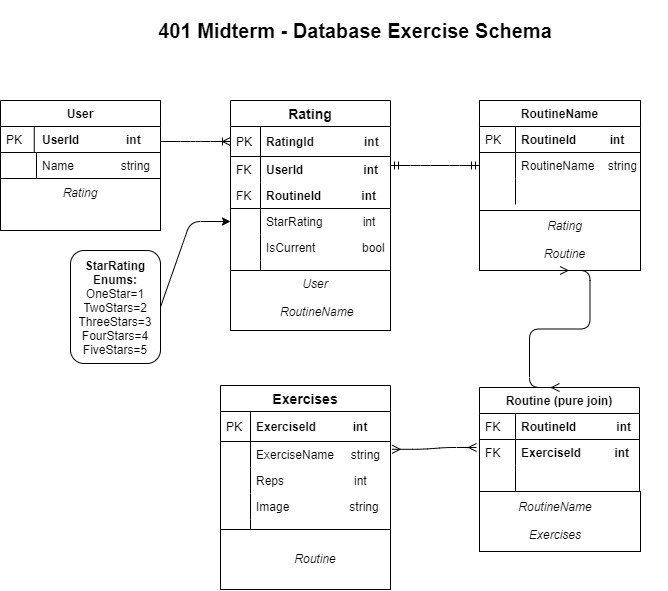
This is assets/HealthAtHomeERD.png from BuzzLightYearDotNet401/API-Team, a draw.io export, as it was before one commit. Source tidied: cells renumbered, new cells last; positions are measured from the earlier drawing's top-left corner, leaving out a move shared by most shapes.
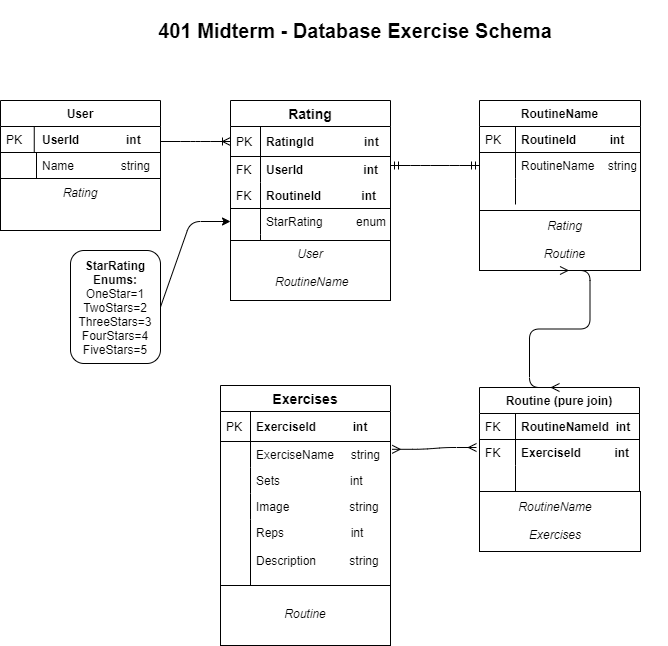
After the commit.

Commit message:
readme done for the models and description of the tables.

Diff of the diagram source:
```diff
@@ -23,7 +23,7 @@
     <mxCell id="8" value="Routine (pure join)" style="swimlane;fontStyle=1;horizontal=1;startSize=26;rounded=0;shadow=0;strokeWidth=1;" parent="1" vertex="1">
       <mxGeometry x="479" y="387" width="160" height="104" as="geometry" />
     </mxCell>
-    <mxCell id="9" value="RoutineId            int" style="shape=partialRectangle;top=0;left=0;right=0;bottom=1;align=left;verticalAlign=top;fillColor=none;spacingLeft=40;spacingRight=4;overflow=hidden;rounded=0;shadow=0;strokeWidth=1;fontStyle=1;" parent="8" vertex="1">
+    <mxCell id="9" value="RoutineNameId  int&#10;" style="shape=partialRectangle;top=0;left=0;right=0;bottom=1;align=left;verticalAlign=top;fillColor=none;spacingLeft=40;spacingRight=4;overflow=hidden;rounded=0;shadow=0;strokeWidth=1;fontStyle=1;" parent="8" vertex="1">
       <mxGeometry y="26" width="160" height="26" as="geometry" />
     </mxCell>
     <mxCell id="10" value="FK" style="shape=partialRectangle;top=0;left=0;bottom=0;fillColor=none;align=left;verticalAlign=top;spacingLeft=4;spacingRight=4;overflow=hidden;" parent="9" vertex="1">
@@ -66,7 +66,7 @@
       <mxGeometry width="36" height="26" as="geometry" />
     </mxCell>
     <mxCell id="23" value="Rating" style="swimlane;fontStyle=1;horizontal=1;startSize=26;align=center;fontSize=14;" parent="1" vertex="1">
-      <mxGeometry x="230" y="100" width="160" height="170" as="geometry" />
+      <mxGeometry x="230" y="100" width="160" height="140" as="geometry" />
     </mxCell>
     <mxCell id="24" value="RatingId               int" style="shape=partialRectangle;top=0;left=0;right=0;bottom=1;align=left;verticalAlign=middle;fillColor=none;spacingLeft=34;spacingRight=4;overflow=hidden;points=[[0,0.5],[1,0.5]];portConstraint=eastwest;fontStyle=1;fontSize=12;" parent="23" vertex="1">
       <mxGeometry y="26" width="160" height="30" as="geometry" />
@@ -86,26 +86,20 @@
     <mxCell id="29" value="FK" style="shape=partialRectangle;top=0;left=0;bottom=0;fillColor=none;align=left;verticalAlign=top;spacingLeft=4;spacingRight=4;overflow=hidden;fontSize=12;" parent="28" vertex="1">
       <mxGeometry width="30" height="26" as="geometry" />
     </mxCell>
-    <mxCell id="30" value="StarRating            int" style="shape=partialRectangle;top=0;left=0;right=0;bottom=0;align=left;verticalAlign=top;fillColor=none;spacingLeft=34;spacingRight=4;overflow=hidden;points=[[0,0.5],[1,0.5]];portConstraint=eastwest;fontSize=12;" parent="23" vertex="1">
+    <mxCell id="30" value="StarRating          enum" style="shape=partialRectangle;top=0;left=0;right=0;bottom=0;align=left;verticalAlign=top;fillColor=none;spacingLeft=34;spacingRight=4;overflow=hidden;points=[[0,0.5],[1,0.5]];portConstraint=eastwest;fontSize=12;" parent="23" vertex="1">
       <mxGeometry y="108" width="160" height="26" as="geometry" />
     </mxCell>
     <mxCell id="31" style="shape=partialRectangle;top=0;left=0;bottom=0;fillColor=none;align=left;verticalAlign=top;spacingLeft=4;spacingRight=4;overflow=hidden;fontSize=12;" parent="30" vertex="1">
       <mxGeometry width="30" height="26" as="geometry" />
     </mxCell>
-    <mxCell id="32" value="IsCurrent              bool&#10;" style="shape=partialRectangle;top=0;left=0;right=0;bottom=0;align=left;verticalAlign=top;fillColor=none;spacingLeft=34;spacingRight=4;overflow=hidden;fontSize=12;" parent="23" vertex="1">
-      <mxGeometry y="134" width="160" height="26" as="geometry" />
+    <mxCell id="32" style="shape=partialRectangle;top=0;left=0;right=0;bottom=0;align=left;verticalAlign=top;fillColor=none;spacingLeft=34;spacingRight=4;overflow=hidden;fontSize=12;" parent="23" vertex="1">
+      <mxGeometry y="134" width="160" height="6" as="geometry" />
     </mxCell>
     <mxCell id="33" style="shape=partialRectangle;top=0;left=0;bottom=0;fillColor=none;align=left;verticalAlign=top;spacingLeft=4;spacingRight=4;overflow=hidden;fontSize=12;" parent="32" vertex="1">
-      <mxGeometry width="30" height="26" as="geometry" />
+      <mxGeometry width="30" height="6" as="geometry" />
     </mxCell>
-    <mxCell id="34" style="shape=partialRectangle;top=0;left=0;right=0;bottom=0;align=left;verticalAlign=top;fillColor=none;spacingLeft=34;spacingRight=4;overflow=hidden;fontSize=12;" parent="23" vertex="1">
-      <mxGeometry y="160" width="160" height="10" as="geometry" />
-    </mxCell>
-    <mxCell id="35" style="shape=partialRectangle;top=0;left=0;bottom=0;fillColor=none;align=left;verticalAlign=top;spacingLeft=4;spacingRight=4;overflow=hidden;fontSize=12;" parent="34" vertex="1">
-      <mxGeometry width="30" height="10" as="geometry" />
-    </mxCell>
     <mxCell id="36" value="Exercises" style="swimlane;fontStyle=1;horizontal=1;startSize=26;align=center;fontSize=14;" parent="1" vertex="1">
-      <mxGeometry x="220" y="385" width="170" height="144" as="geometry" />
+      <mxGeometry x="220" y="385" width="170" height="200" as="geometry" />
     </mxCell>
     <mxCell id="37" value="ExerciseId           int" style="shape=partialRectangle;top=0;left=0;right=0;bottom=1;align=left;verticalAlign=middle;fillColor=none;spacingLeft=34;spacingRight=4;overflow=hidden;fontStyle=1;fontSize=12;" parent="36" vertex="1">
       <mxGeometry y="26" width="170" height="30" as="geometry" />
@@ -119,7 +113,7 @@
     <mxCell id="40" style="shape=partialRectangle;top=0;left=0;bottom=0;fillColor=none;align=left;verticalAlign=top;spacingLeft=4;spacingRight=4;overflow=hidden;fontSize=12;" parent="39" vertex="1">
       <mxGeometry width="30" height="26" as="geometry" />
     </mxCell>
-    <mxCell id="41" value="Reps                     int" style="shape=partialRectangle;top=0;left=0;right=0;bottom=0;align=left;verticalAlign=top;fillColor=none;spacingLeft=34;spacingRight=4;overflow=hidden;fontSize=12;" parent="36" vertex="1">
+    <mxCell id="41" value="Sets                     int&#10;" style="shape=partialRectangle;top=0;left=0;right=0;bottom=0;align=left;verticalAlign=top;fillColor=none;spacingLeft=34;spacingRight=4;overflow=hidden;fontSize=12;" parent="36" vertex="1">
       <mxGeometry y="82" width="170" height="26" as="geometry" />
     </mxCell>
     <mxCell id="42" style="shape=partialRectangle;top=0;left=0;bottom=0;fillColor=none;align=left;verticalAlign=top;spacingLeft=4;spacingRight=4;overflow=hidden;fontSize=12;" parent="41" vertex="1">
@@ -131,11 +125,11 @@
     <mxCell id="44" style="shape=partialRectangle;top=0;left=0;bottom=0;fillColor=none;align=left;verticalAlign=top;spacingLeft=4;spacingRight=4;overflow=hidden;fontSize=12;" parent="43" vertex="1">
       <mxGeometry width="30" height="26" as="geometry" />
     </mxCell>
-    <mxCell id="45" style="shape=partialRectangle;top=0;left=0;right=0;bottom=0;align=left;verticalAlign=top;fillColor=none;spacingLeft=34;spacingRight=4;overflow=hidden;fontSize=12;" parent="36" vertex="1">
-      <mxGeometry y="134" width="170" height="10" as="geometry" />
+    <mxCell id="45" value="Reps                    int&#10;&#10;Description          string" style="shape=partialRectangle;top=0;left=0;right=0;bottom=0;align=left;verticalAlign=top;fillColor=none;spacingLeft=34;spacingRight=4;overflow=hidden;fontSize=12;" parent="36" vertex="1">
+      <mxGeometry y="134" width="170" height="66" as="geometry" />
     </mxCell>
     <mxCell id="46" style="shape=partialRectangle;top=0;left=0;bottom=0;fillColor=none;align=left;verticalAlign=top;spacingLeft=4;spacingRight=4;overflow=hidden;fontSize=12;" parent="45" vertex="1">
-      <mxGeometry width="30" height="10" as="geometry" />
+      <mxGeometry width="30" height="66" as="geometry" />
     </mxCell>
     <mxCell id="47" style="edgeStyle=entityRelationEdgeStyle;fontSize=12;html=1;endArrow=ERmany;startArrow=ERmany;exitX=1.01;exitY=0.223;exitDx=0;exitDy=0;exitPerimeter=0;" parent="1" edge="1">
       <mxGeometry relative="1" as="geometry">
@@ -174,10 +168,10 @@
       <mxGeometry x="30" y="189" width="100" height="20" as="geometry" />
     </mxCell>
     <mxCell id="55" style="rounded=0;whiteSpace=wrap;html=1;" parent="1" vertex="1">
-      <mxGeometry x="230" y="270" width="160" height="60" as="geometry" />
+      <mxGeometry x="230" y="240" width="160" height="60" as="geometry" />
     </mxCell>
     <mxCell id="56" value="&lt;i&gt;&lt;br&gt;User&lt;br&gt;&lt;br&gt;&amp;nbsp;RoutineName&lt;br&gt;&lt;/i&gt;" style="text;html=1;strokeColor=none;fillColor=none;align=center;verticalAlign=middle;whiteSpace=wrap;rounded=0;" parent="1" vertex="1">
-      <mxGeometry x="270" y="280" width="90" height="20" as="geometry" />
+      <mxGeometry x="265" y="250" width="90" height="20" as="geometry" />
     </mxCell>
     <mxCell id="57" style="rounded=0;whiteSpace=wrap;html=1;" parent="1" vertex="1">
       <mxGeometry x="479" y="210" width="161" height="60" as="geometry" />
@@ -192,10 +186,10 @@
       <mxGeometry x="490" y="500" width="130" height="40" as="geometry" />
     </mxCell>
     <mxCell id="61" style="rounded=0;whiteSpace=wrap;html=1;" parent="1" vertex="1">
-      <mxGeometry x="220" y="529" width="170" height="60" as="geometry" />
+      <mxGeometry x="220" y="585" width="170" height="60" as="geometry" />
     </mxCell>
     <mxCell id="62" value="&lt;i&gt;Routine&lt;br&gt;&lt;br&gt;&lt;/i&gt;" style="text;html=1;strokeColor=none;fillColor=none;align=center;verticalAlign=middle;whiteSpace=wrap;rounded=0;" parent="1" vertex="1">
-      <mxGeometry x="250" y="540" width="130" height="50" as="geometry" />
+      <mxGeometry x="240" y="595" width="130" height="50" as="geometry" />
     </mxCell>
     <mxCell id="63" style="edgeStyle=entityRelationEdgeStyle;fontSize=12;html=1;endArrow=ERmany;startArrow=ERmany;exitX=0.5;exitY=1;exitDx=0;exitDy=0;entryX=0.5;entryY=0;entryDx=0;entryDy=0;" parent="1" edge="1" source="57" target="8">
       <mxGeometry relative="1" as="geometry" />
```
